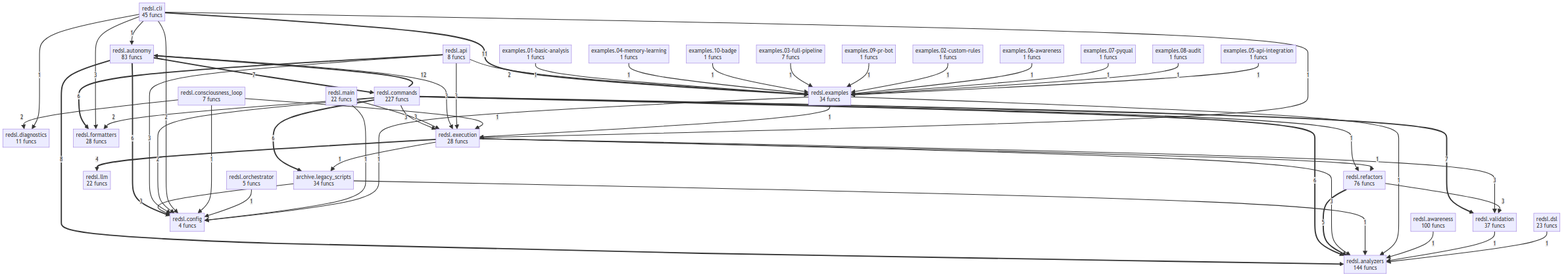
semcod/redsl keeps this Mermaid diagram as project/compact_flow.png. Above is the earlier version. Its source is kept beside it as project/compact_flow.mmd.
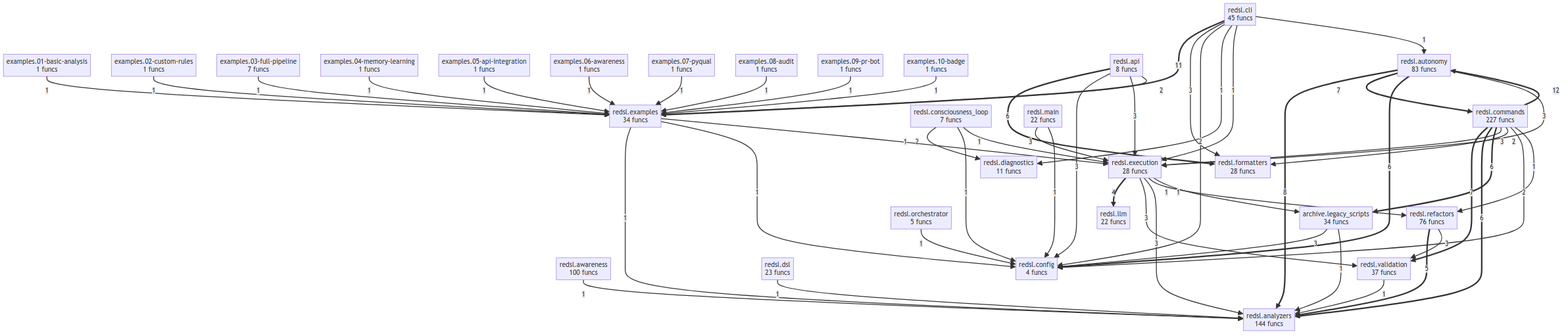
After the commit.

The edit, as a diff of the source:
```diff
@@ -54,25 +54,25 @@
     redsl__commands -->|2| redsl__config
     redsl__cli -->|2| redsl__config
     redsl__api -->|2| redsl__examples
+    examples__09_pr_bot -->|1| redsl__examples
+    examples__10_badge -->|1| redsl__examples
+    examples__05_api_integration -->|1| redsl__examples
+    examples__04_memory_learning -->|1| redsl__examples
     examples__01_basic_analysis -->|1| redsl__examples
-    examples__04_memory_learning -->|1| redsl__examples
-    examples__10_badge -->|1| redsl__examples
     examples__03_full_pipeline -->|1| redsl__examples
-    examples__09_pr_bot -->|1| redsl__examples
     examples__02_custom_rules -->|1| redsl__examples
     examples__06_awareness -->|1| redsl__examples
     examples__07_pyqual -->|1| redsl__examples
     examples__08_audit -->|1| redsl__examples
-    examples__05_api_integration -->|1| redsl__examples
     archive__legacy_scripts -->|1| redsl__analyzers
     redsl__consciousness_loop -->|1| redsl__config
     redsl__consciousness_loop -->|1| redsl__execution
     redsl__orchestrator -->|1| redsl__config
     redsl__commands -->|1| redsl__refactors
     redsl__main -->|1| redsl__config
+    redsl__examples -->|1| redsl__analyzers
     redsl__examples -->|1| redsl__config
     redsl__examples -->|1| redsl__execution
-    redsl__examples -->|1| redsl__analyzers
     redsl__cli -->|1| redsl__diagnostics
     redsl__cli -->|1| redsl__execution
     redsl__cli -->|1| redsl__autonomy
```
